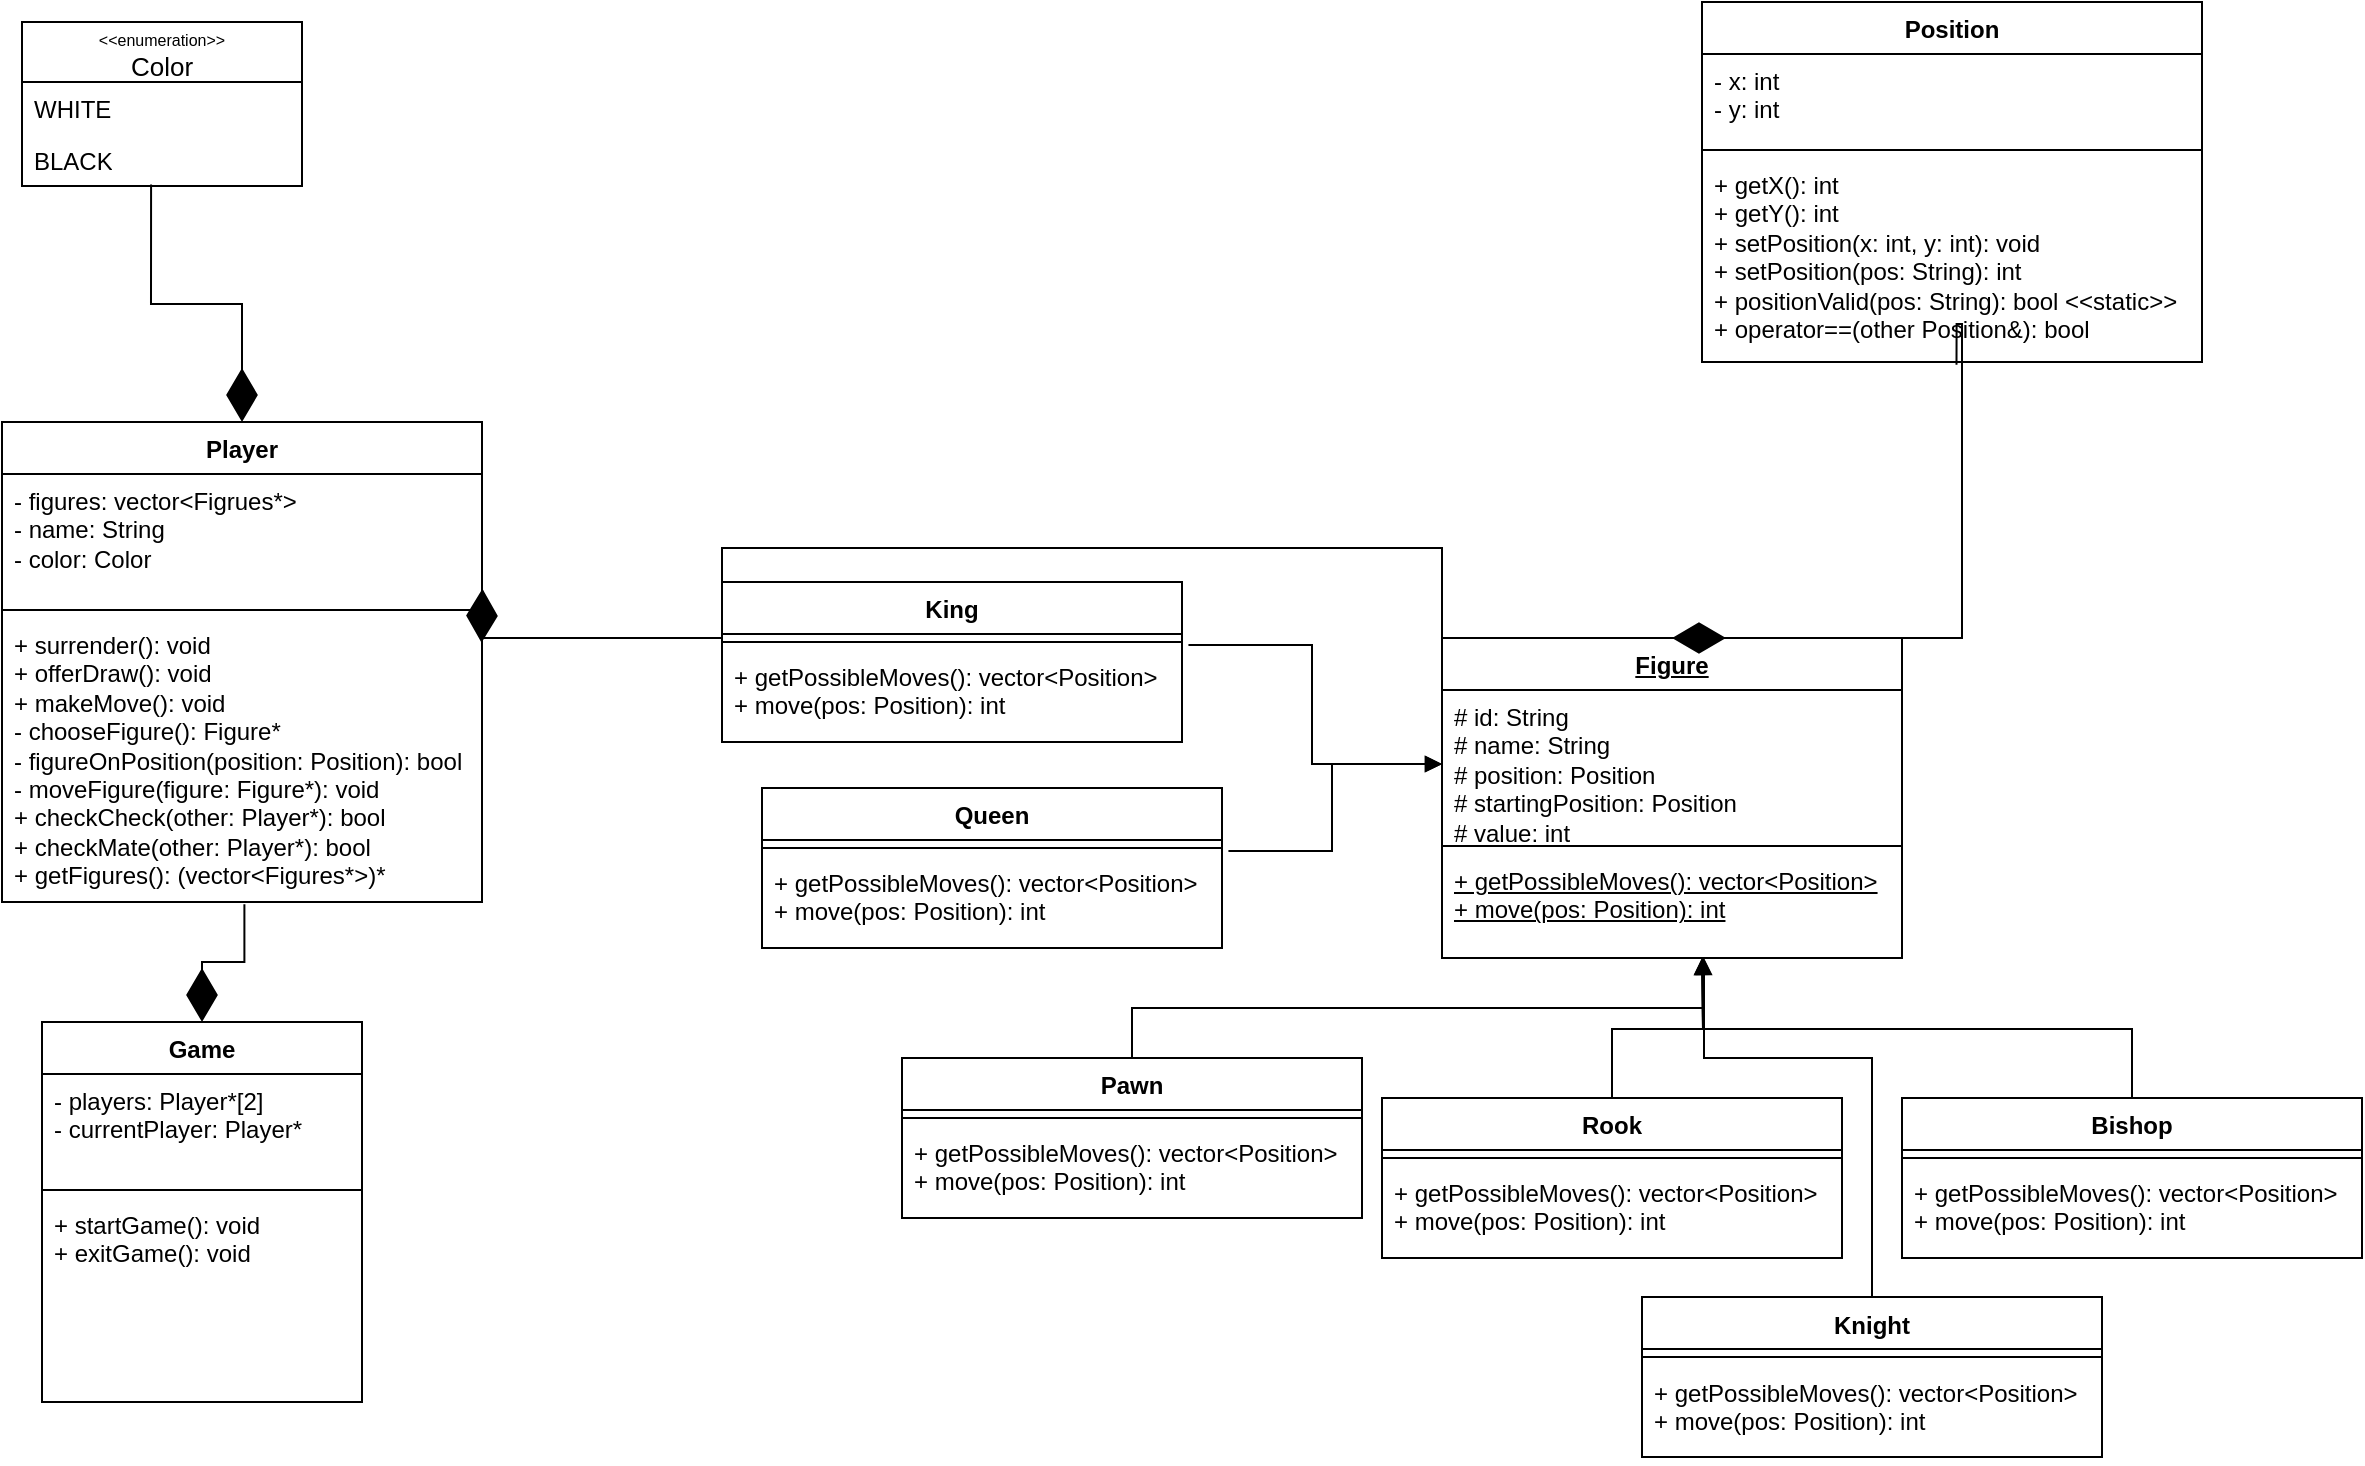
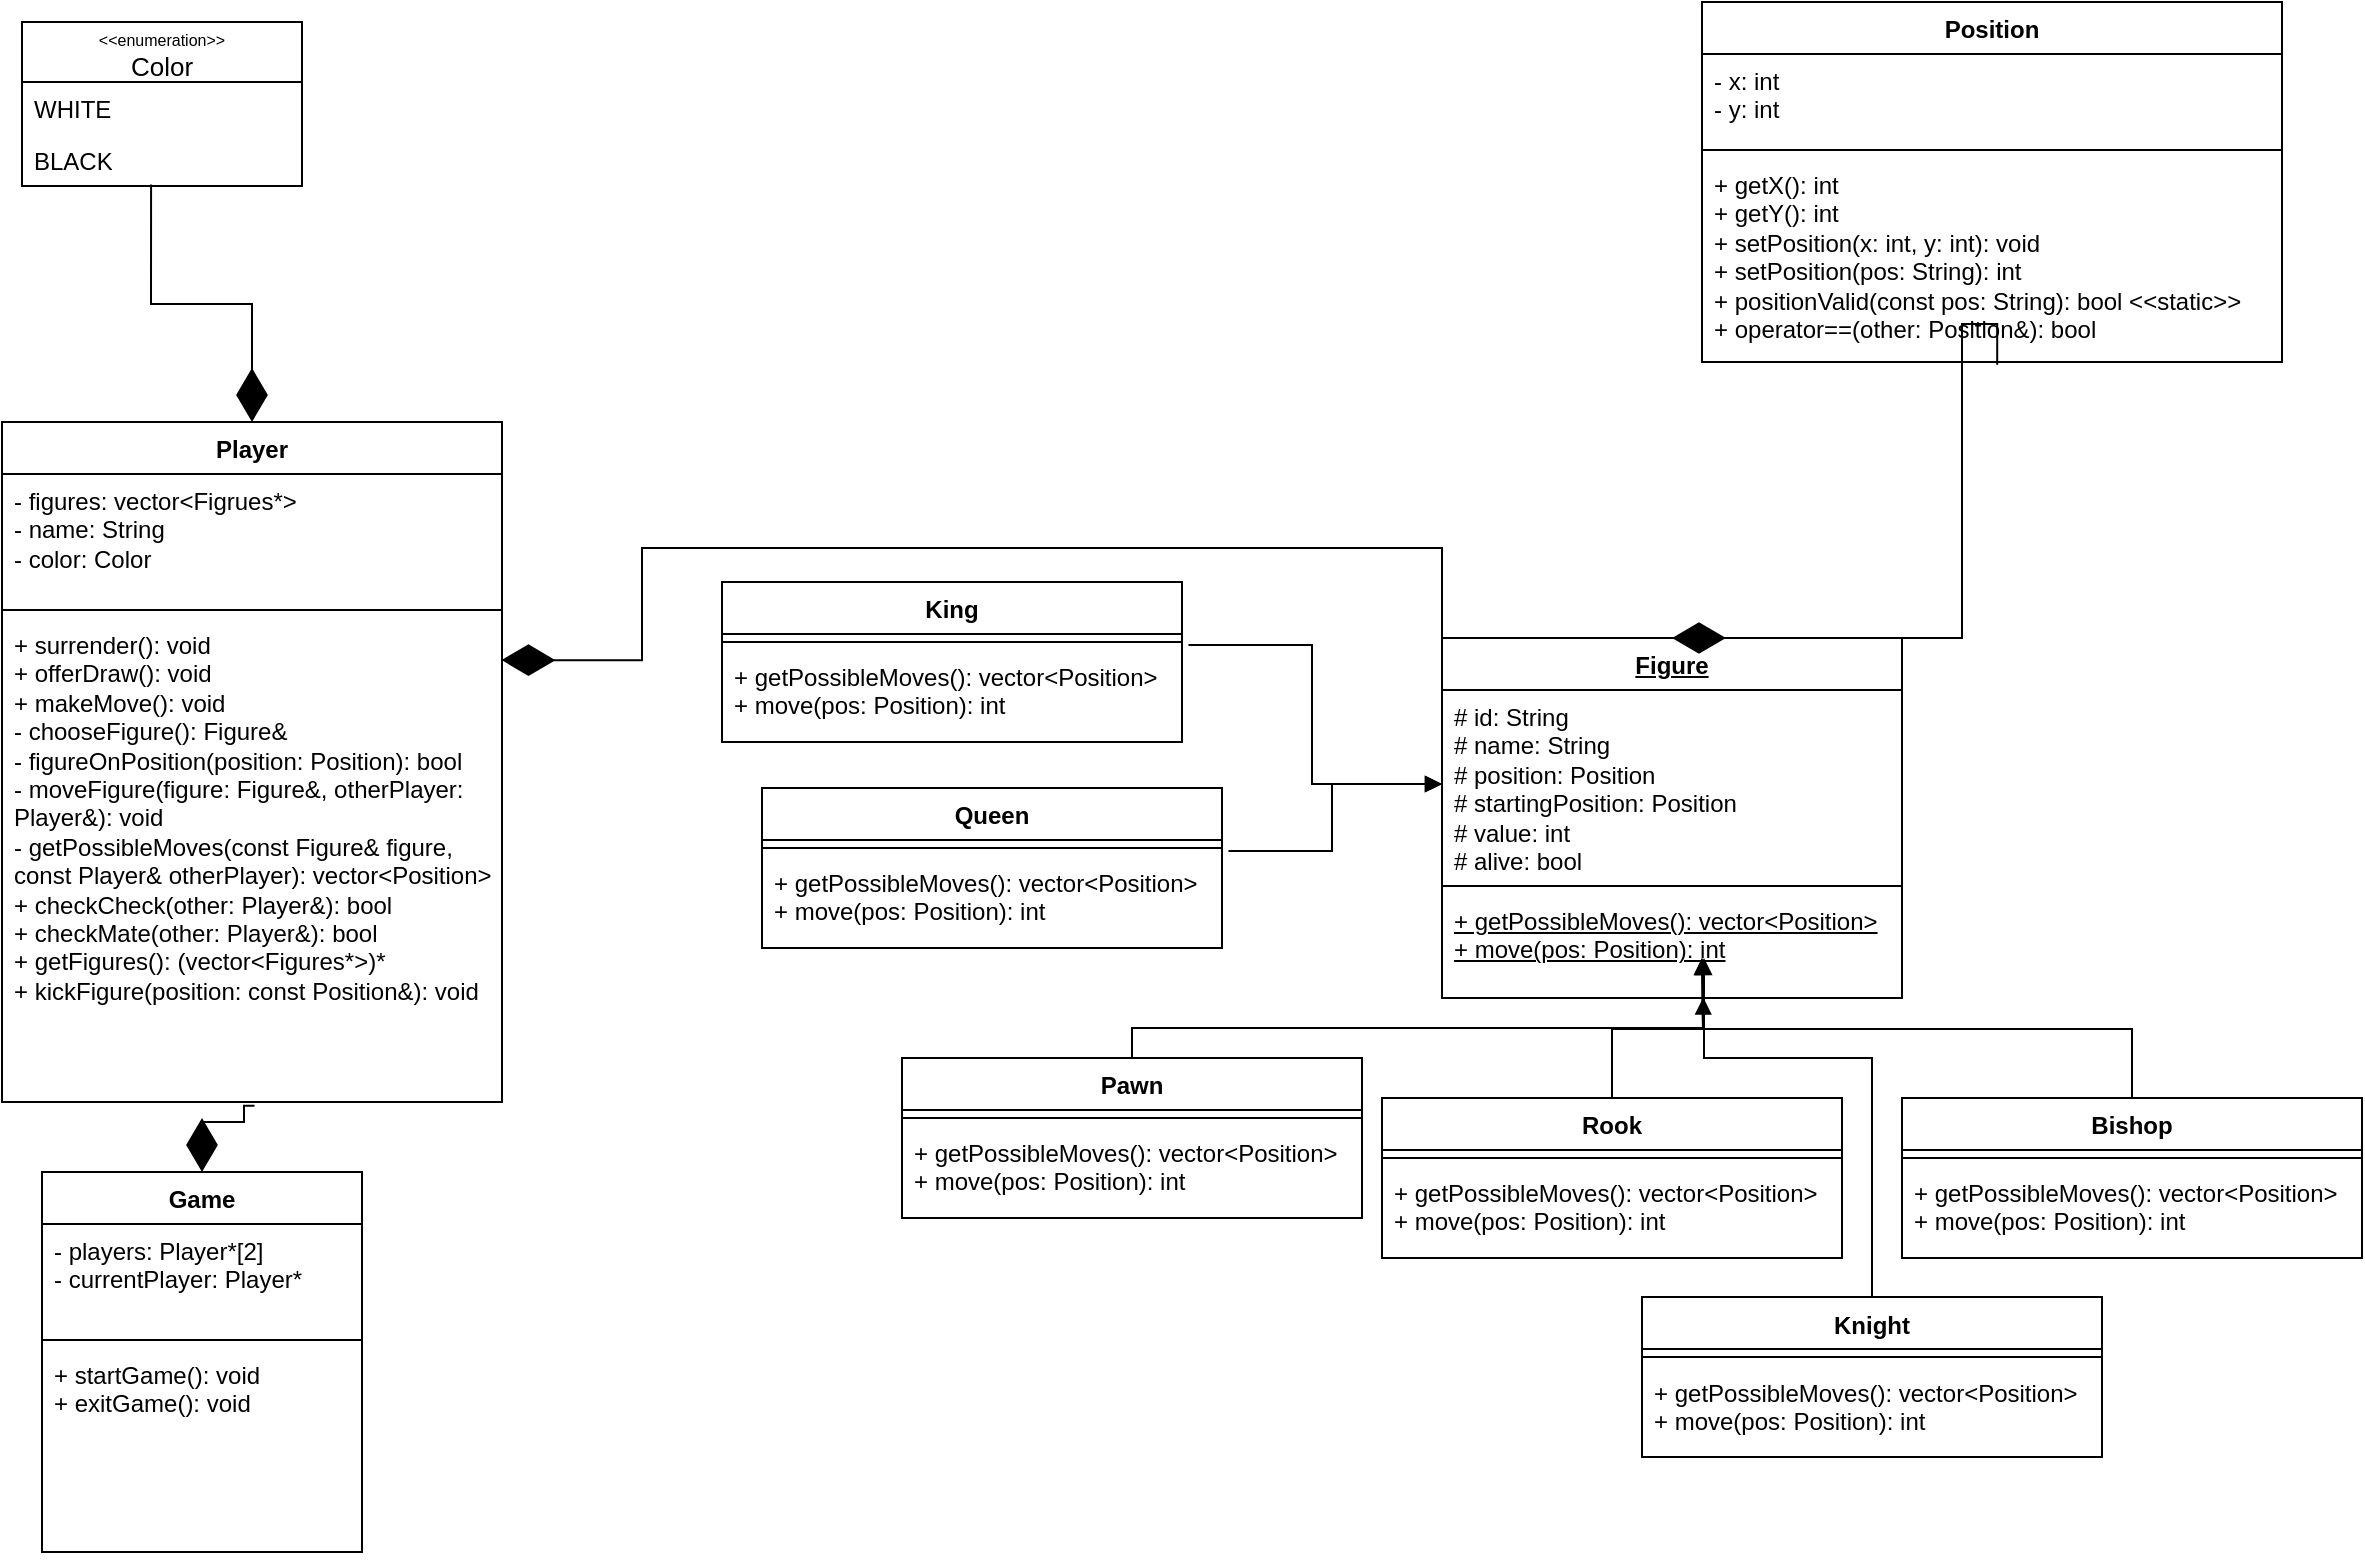
<mxfile host="65bd71144e">
    <diagram name="Seite-1" id="nCow4XG2NqhJep9-Rvd6">
-         <mxGraphModel dx="1329" dy="516" grid="1" gridSize="10" guides="1" tooltips="1" connect="1" arrows="1" fold="1" page="1" pageScale="1" pageWidth="827" pageHeight="1169" math="0" shadow="0">
+         <mxGraphModel dx="2106" dy="879" grid="1" gridSize="10" guides="1" tooltips="1" connect="1" arrows="1" fold="1" page="1" pageScale="1" pageWidth="827" pageHeight="1169" math="0" shadow="0">
            <root>
                <mxCell id="0"/>
                <mxCell id="1" parent="0"/>
                <mxCell id="5yh52Qz2J6MoKP-sfoyT-1" value="&lt;u&gt;Figure&lt;/u&gt;" style="swimlane;fontStyle=1;align=center;verticalAlign=top;childLayout=stackLayout;horizontal=1;startSize=26;horizontalStack=0;resizeParent=1;resizeParentMax=0;resizeLast=0;collapsible=1;marginBottom=0;whiteSpace=wrap;html=1;" parent="1" vertex="1">
-                     <mxGeometry x="320" y="318" width="230" height="160" as="geometry">
+                     <mxGeometry x="320" y="318" width="230" height="180" as="geometry">
                        <mxRectangle x="320" y="210" width="70" height="30" as="alternateBounds"/>
                    </mxGeometry>
                </mxCell>
-                 <mxCell id="5yh52Qz2J6MoKP-sfoyT-2" value="# id: String&lt;div&gt;# name: String&lt;/div&gt;&lt;div&gt;# position: Position&lt;/div&gt;&lt;div&gt;# startingPosition: Position&lt;/div&gt;&lt;div&gt;# value: int&lt;/div&gt;" style="text;strokeColor=none;fillColor=none;align=left;verticalAlign=top;spacingLeft=4;spacingRight=4;overflow=hidden;rotatable=0;points=[[0,0.5],[1,0.5]];portConstraint=eastwest;whiteSpace=wrap;html=1;" parent="5yh52Qz2J6MoKP-sfoyT-1" vertex="1">
-                     <mxGeometry y="26" width="230" height="74" as="geometry"/>
+                 <mxCell id="5yh52Qz2J6MoKP-sfoyT-2" value="# id: String&lt;div&gt;# name: String&lt;/div&gt;&lt;div&gt;# position: Position&lt;/div&gt;&lt;div&gt;# startingPosition: Position&lt;/div&gt;&lt;div&gt;# value: int&lt;/div&gt;&lt;div&gt;# alive: bool&lt;/div&gt;" style="text;strokeColor=none;fillColor=none;align=left;verticalAlign=top;spacingLeft=4;spacingRight=4;overflow=hidden;rotatable=0;points=[[0,0.5],[1,0.5]];portConstraint=eastwest;whiteSpace=wrap;html=1;" parent="5yh52Qz2J6MoKP-sfoyT-1" vertex="1">
+                     <mxGeometry y="26" width="230" height="94" as="geometry"/>
                </mxCell>
                <mxCell id="5yh52Qz2J6MoKP-sfoyT-3" value="" style="line;strokeWidth=1;fillColor=none;align=left;verticalAlign=middle;spacingTop=-1;spacingLeft=3;spacingRight=3;rotatable=0;labelPosition=right;points=[];portConstraint=eastwest;strokeColor=inherit;" parent="5yh52Qz2J6MoKP-sfoyT-1" vertex="1">
-                     <mxGeometry y="100" width="230" height="8" as="geometry"/>
+                     <mxGeometry y="120" width="230" height="8" as="geometry"/>
                </mxCell>
                <mxCell id="5yh52Qz2J6MoKP-sfoyT-4" value="&lt;u&gt;+ getPossibleMoves(): vector&amp;lt;Position&amp;gt;&lt;/u&gt;&lt;div&gt;&lt;div&gt;&lt;u&gt;+ move(pos: Position): int&lt;/u&gt;&lt;/div&gt;&lt;/div&gt;" style="text;strokeColor=none;fillColor=none;align=left;verticalAlign=top;spacingLeft=4;spacingRight=4;overflow=hidden;rotatable=0;points=[[0,0.5],[1,0.5]];portConstraint=eastwest;whiteSpace=wrap;html=1;" parent="5yh52Qz2J6MoKP-sfoyT-1" vertex="1">
-                     <mxGeometry y="108" width="230" height="52" as="geometry"/>
+                     <mxGeometry y="128" width="230" height="52" as="geometry"/>
                </mxCell>
                <mxCell id="5yh52Qz2J6MoKP-sfoyT-7" value="Position" style="swimlane;fontStyle=1;align=center;verticalAlign=top;childLayout=stackLayout;horizontal=1;startSize=26;horizontalStack=0;resizeParent=1;resizeParentMax=0;resizeLast=0;collapsible=1;marginBottom=0;whiteSpace=wrap;html=1;" parent="1" vertex="1">
-                     <mxGeometry x="450" width="250" height="180" as="geometry"/>
+                     <mxGeometry x="450" width="290" height="180" as="geometry"/>
                </mxCell>
                <mxCell id="5yh52Qz2J6MoKP-sfoyT-8" value="- x: int&lt;div&gt;- y: int&lt;/div&gt;" style="text;strokeColor=none;fillColor=none;align=left;verticalAlign=top;spacingLeft=4;spacingRight=4;overflow=hidden;rotatable=0;points=[[0,0.5],[1,0.5]];portConstraint=eastwest;whiteSpace=wrap;html=1;" parent="5yh52Qz2J6MoKP-sfoyT-7" vertex="1">
-                     <mxGeometry y="26" width="250" height="44" as="geometry"/>
+                     <mxGeometry y="26" width="290" height="44" as="geometry"/>
                </mxCell>
                <mxCell id="5yh52Qz2J6MoKP-sfoyT-9" value="" style="line;strokeWidth=1;fillColor=none;align=left;verticalAlign=middle;spacingTop=-1;spacingLeft=3;spacingRight=3;rotatable=0;labelPosition=right;points=[];portConstraint=eastwest;strokeColor=inherit;" parent="5yh52Qz2J6MoKP-sfoyT-7" vertex="1">
-                     <mxGeometry y="70" width="250" height="8" as="geometry"/>
-                 </mxCell>
-                 <mxCell id="5yh52Qz2J6MoKP-sfoyT-10" value="+ getX(): int&lt;div&gt;+ getY(): int&lt;/div&gt;&lt;div&gt;+ setPosition(x: int, y: int): void&lt;/div&gt;&lt;div&gt;+ setPosition(pos: String): int&lt;/div&gt;&lt;div&gt;+ positionValid(pos: String): bool &amp;lt;&amp;lt;static&amp;gt;&amp;gt;&lt;/div&gt;&lt;div&gt;+ operator==(other Position&amp;amp;): bool&lt;/div&gt;" style="text;strokeColor=none;fillColor=none;align=left;verticalAlign=top;spacingLeft=4;spacingRight=4;overflow=hidden;rotatable=0;points=[[0,0.5],[1,0.5]];portConstraint=eastwest;whiteSpace=wrap;html=1;" parent="5yh52Qz2J6MoKP-sfoyT-7" vertex="1">
-                     <mxGeometry y="78" width="250" height="102" as="geometry"/>
+                     <mxGeometry y="70" width="290" height="8" as="geometry"/>
+                 </mxCell>
+                 <mxCell id="5yh52Qz2J6MoKP-sfoyT-10" value="+ getX(): int&lt;div&gt;+ getY(): int&lt;/div&gt;&lt;div&gt;+ setPosition(x: int, y: int): void&lt;/div&gt;&lt;div&gt;+ setPosition(pos: String): int&lt;/div&gt;&lt;div&gt;+ positionValid(const pos: String): bool &amp;lt;&amp;lt;static&amp;gt;&amp;gt;&lt;/div&gt;&lt;div&gt;+ operator==(other: Position&amp;amp;): bool&lt;/div&gt;" style="text;strokeColor=none;fillColor=none;align=left;verticalAlign=top;spacingLeft=4;spacingRight=4;overflow=hidden;rotatable=0;points=[[0,0.5],[1,0.5]];portConstraint=eastwest;whiteSpace=wrap;html=1;" parent="5yh52Qz2J6MoKP-sfoyT-7" vertex="1">
+                     <mxGeometry y="78" width="290" height="102" as="geometry"/>
                </mxCell>
                <mxCell id="5yh52Qz2J6MoKP-sfoyT-13" value="" style="endArrow=diamondThin;endFill=1;endSize=24;html=1;rounded=0;entryX=0.5;entryY=0;entryDx=0;entryDy=0;exitX=0.509;exitY=1.014;exitDx=0;exitDy=0;exitPerimeter=0;edgeStyle=orthogonalEdgeStyle;" parent="1" source="5yh52Qz2J6MoKP-sfoyT-10" target="5yh52Qz2J6MoKP-sfoyT-1" edge="1">
                    <mxGeometry width="160" relative="1" as="geometry">
                        <mxPoint x="450" y="130" as="sourcePoint"/>
                        <mxPoint x="560" y="200" as="targetPoint"/>
                        <Array as="points">
                            <mxPoint x="580" y="161"/>
                            <mxPoint x="580" y="318"/>
                        </Array>
                    </mxGeometry>
                </mxCell>
                <mxCell id="5yh52Qz2J6MoKP-sfoyT-14" value="Pawn" style="swimlane;fontStyle=1;align=center;verticalAlign=top;childLayout=stackLayout;horizontal=1;startSize=26;horizontalStack=0;resizeParent=1;resizeParentMax=0;resizeLast=0;collapsible=1;marginBottom=0;whiteSpace=wrap;html=1;" parent="1" vertex="1">
                    <mxGeometry x="50" y="528" width="230" height="80" as="geometry"/>
                </mxCell>
                <mxCell id="5yh52Qz2J6MoKP-sfoyT-16" value="" style="line;strokeWidth=1;fillColor=none;align=left;verticalAlign=middle;spacingTop=-1;spacingLeft=3;spacingRight=3;rotatable=0;labelPosition=right;points=[];portConstraint=eastwest;strokeColor=inherit;" parent="5yh52Qz2J6MoKP-sfoyT-14" vertex="1">
                    <mxGeometry y="26" width="230" height="8" as="geometry"/>
                </mxCell>
                <mxCell id="5yh52Qz2J6MoKP-sfoyT-17" value="+ getPossibleMoves(): vector&amp;lt;Position&amp;gt;&lt;div&gt;+ move(pos: Position): int&lt;/div&gt;" style="text;strokeColor=none;fillColor=none;align=left;verticalAlign=top;spacingLeft=4;spacingRight=4;overflow=hidden;rotatable=0;points=[[0,0.5],[1,0.5]];portConstraint=eastwest;whiteSpace=wrap;html=1;" parent="5yh52Qz2J6MoKP-sfoyT-14" vertex="1">
                    <mxGeometry y="34" width="230" height="46" as="geometry"/>
                </mxCell>
                <mxCell id="5yh52Qz2J6MoKP-sfoyT-18" value="" style="endArrow=block;endFill=1;html=1;edgeStyle=orthogonalEdgeStyle;align=left;verticalAlign=top;rounded=0;exitX=0.5;exitY=0;exitDx=0;exitDy=0;entryX=0.568;entryY=0.995;entryDx=0;entryDy=0;entryPerimeter=0;" parent="1" source="5yh52Qz2J6MoKP-sfoyT-14" target="5yh52Qz2J6MoKP-sfoyT-4" edge="1">
                    <mxGeometry x="-1" relative="1" as="geometry">
                        <mxPoint as="offset"/>
                        <mxPoint x="190" y="538" as="sourcePoint"/>
                        <mxPoint x="350" y="538" as="targetPoint"/>
                    </mxGeometry>
                </mxCell>
                <mxCell id="5yh52Qz2J6MoKP-sfoyT-20" value="Rook" style="swimlane;fontStyle=1;align=center;verticalAlign=top;childLayout=stackLayout;horizontal=1;startSize=26;horizontalStack=0;resizeParent=1;resizeParentMax=0;resizeLast=0;collapsible=1;marginBottom=0;whiteSpace=wrap;html=1;" parent="1" vertex="1">
                    <mxGeometry x="290" y="548" width="230" height="80" as="geometry"/>
                </mxCell>
                <mxCell id="5yh52Qz2J6MoKP-sfoyT-21" value="" style="line;strokeWidth=1;fillColor=none;align=left;verticalAlign=middle;spacingTop=-1;spacingLeft=3;spacingRight=3;rotatable=0;labelPosition=right;points=[];portConstraint=eastwest;strokeColor=inherit;" parent="5yh52Qz2J6MoKP-sfoyT-20" vertex="1">
                    <mxGeometry y="26" width="230" height="8" as="geometry"/>
                </mxCell>
                <mxCell id="5yh52Qz2J6MoKP-sfoyT-22" value="+ getPossibleMoves(): vector&amp;lt;Position&amp;gt;&lt;div&gt;+ move(pos: Position): int&lt;/div&gt;" style="text;strokeColor=none;fillColor=none;align=left;verticalAlign=top;spacingLeft=4;spacingRight=4;overflow=hidden;rotatable=0;points=[[0,0.5],[1,0.5]];portConstraint=eastwest;whiteSpace=wrap;html=1;" parent="5yh52Qz2J6MoKP-sfoyT-20" vertex="1">
                    <mxGeometry y="34" width="230" height="46" as="geometry"/>
                </mxCell>
                <mxCell id="5yh52Qz2J6MoKP-sfoyT-23" value="" style="endArrow=block;endFill=1;html=1;edgeStyle=orthogonalEdgeStyle;align=left;verticalAlign=top;rounded=0;exitX=0.5;exitY=0;exitDx=0;exitDy=0;" parent="1" source="5yh52Qz2J6MoKP-sfoyT-20" edge="1">
                    <mxGeometry x="-1" relative="1" as="geometry">
                        <mxPoint as="offset"/>
                        <mxPoint x="420" y="623" as="sourcePoint"/>
                        <mxPoint x="450" y="478" as="targetPoint"/>
                    </mxGeometry>
                </mxCell>
                <mxCell id="5yh52Qz2J6MoKP-sfoyT-24" value="Bishop" style="swimlane;fontStyle=1;align=center;verticalAlign=top;childLayout=stackLayout;horizontal=1;startSize=26;horizontalStack=0;resizeParent=1;resizeParentMax=0;resizeLast=0;collapsible=1;marginBottom=0;whiteSpace=wrap;html=1;" parent="1" vertex="1">
                    <mxGeometry x="550" y="548" width="230" height="80" as="geometry"/>
                </mxCell>
                <mxCell id="5yh52Qz2J6MoKP-sfoyT-25" value="" style="line;strokeWidth=1;fillColor=none;align=left;verticalAlign=middle;spacingTop=-1;spacingLeft=3;spacingRight=3;rotatable=0;labelPosition=right;points=[];portConstraint=eastwest;strokeColor=inherit;" parent="5yh52Qz2J6MoKP-sfoyT-24" vertex="1">
                    <mxGeometry y="26" width="230" height="8" as="geometry"/>
                </mxCell>
                <mxCell id="5yh52Qz2J6MoKP-sfoyT-26" value="+ getPossibleMoves(): vector&amp;lt;Position&amp;gt;&lt;div&gt;+ move(pos: Position): int&lt;/div&gt;" style="text;strokeColor=none;fillColor=none;align=left;verticalAlign=top;spacingLeft=4;spacingRight=4;overflow=hidden;rotatable=0;points=[[0,0.5],[1,0.5]];portConstraint=eastwest;whiteSpace=wrap;html=1;" parent="5yh52Qz2J6MoKP-sfoyT-24" vertex="1">
                    <mxGeometry y="34" width="230" height="46" as="geometry"/>
                </mxCell>
                <mxCell id="5yh52Qz2J6MoKP-sfoyT-27" value="" style="endArrow=block;endFill=1;html=1;edgeStyle=orthogonalEdgeStyle;align=left;verticalAlign=top;rounded=0;exitX=0.5;exitY=0;exitDx=0;exitDy=0;" parent="1" source="5yh52Qz2J6MoKP-sfoyT-24" edge="1">
                    <mxGeometry x="-1" relative="1" as="geometry">
                        <mxPoint as="offset"/>
                        <mxPoint x="570" y="723" as="sourcePoint"/>
                        <mxPoint x="450" y="478" as="targetPoint"/>
                    </mxGeometry>
                </mxCell>
                <mxCell id="5yh52Qz2J6MoKP-sfoyT-28" value="Knight" style="swimlane;fontStyle=1;align=center;verticalAlign=top;childLayout=stackLayout;horizontal=1;startSize=26;horizontalStack=0;resizeParent=1;resizeParentMax=0;resizeLast=0;collapsible=1;marginBottom=0;whiteSpace=wrap;html=1;" parent="1" vertex="1">
                    <mxGeometry x="420" y="647.5500000000001" width="230" height="80" as="geometry"/>
                </mxCell>
                <mxCell id="5yh52Qz2J6MoKP-sfoyT-29" value="" style="line;strokeWidth=1;fillColor=none;align=left;verticalAlign=middle;spacingTop=-1;spacingLeft=3;spacingRight=3;rotatable=0;labelPosition=right;points=[];portConstraint=eastwest;strokeColor=inherit;" parent="5yh52Qz2J6MoKP-sfoyT-28" vertex="1">
                    <mxGeometry y="26" width="230" height="8" as="geometry"/>
                </mxCell>
                <mxCell id="5yh52Qz2J6MoKP-sfoyT-30" value="+ getPossibleMoves(): vector&amp;lt;Position&amp;gt;&lt;div&gt;+ move(pos: Position): int&lt;/div&gt;" style="text;strokeColor=none;fillColor=none;align=left;verticalAlign=top;spacingLeft=4;spacingRight=4;overflow=hidden;rotatable=0;points=[[0,0.5],[1,0.5]];portConstraint=eastwest;whiteSpace=wrap;html=1;" parent="5yh52Qz2J6MoKP-sfoyT-28" vertex="1">
                    <mxGeometry y="34" width="230" height="46" as="geometry"/>
                </mxCell>
                <mxCell id="5yh52Qz2J6MoKP-sfoyT-32" value="" style="endArrow=block;endFill=1;html=1;edgeStyle=orthogonalEdgeStyle;align=left;verticalAlign=top;rounded=0;exitX=0.5;exitY=0;exitDx=0;exitDy=0;" parent="1" source="5yh52Qz2J6MoKP-sfoyT-28" edge="1">
                    <mxGeometry x="-1" relative="1" as="geometry">
                        <Array as="points">
                            <mxPoint x="535" y="528"/>
                            <mxPoint x="451" y="528"/>
                        </Array>
                        <mxPoint x="420" y="628" as="sourcePoint"/>
                        <mxPoint x="451" y="478" as="targetPoint"/>
                    </mxGeometry>
                </mxCell>
                <mxCell id="5yh52Qz2J6MoKP-sfoyT-34" value="Queen" style="swimlane;fontStyle=1;align=center;verticalAlign=top;childLayout=stackLayout;horizontal=1;startSize=26;horizontalStack=0;resizeParent=1;resizeParentMax=0;resizeLast=0;collapsible=1;marginBottom=0;whiteSpace=wrap;html=1;" parent="1" vertex="1">
                    <mxGeometry x="-20" y="393" width="230" height="80" as="geometry"/>
                </mxCell>
                <mxCell id="5yh52Qz2J6MoKP-sfoyT-35" value="" style="line;strokeWidth=1;fillColor=none;align=left;verticalAlign=middle;spacingTop=-1;spacingLeft=3;spacingRight=3;rotatable=0;labelPosition=right;points=[];portConstraint=eastwest;strokeColor=inherit;" parent="5yh52Qz2J6MoKP-sfoyT-34" vertex="1">
                    <mxGeometry y="26" width="230" height="8" as="geometry"/>
                </mxCell>
                <mxCell id="5yh52Qz2J6MoKP-sfoyT-36" value="+ getPossibleMoves(): vector&amp;lt;Position&amp;gt;&lt;div&gt;+ move(pos: Position): int&lt;/div&gt;" style="text;strokeColor=none;fillColor=none;align=left;verticalAlign=top;spacingLeft=4;spacingRight=4;overflow=hidden;rotatable=0;points=[[0,0.5],[1,0.5]];portConstraint=eastwest;whiteSpace=wrap;html=1;" parent="5yh52Qz2J6MoKP-sfoyT-34" vertex="1">
                    <mxGeometry y="34" width="230" height="46" as="geometry"/>
                </mxCell>
                <mxCell id="5yh52Qz2J6MoKP-sfoyT-37" value="" style="endArrow=block;endFill=1;html=1;edgeStyle=orthogonalEdgeStyle;align=left;verticalAlign=top;rounded=0;exitX=1.014;exitY=-0.054;exitDx=0;exitDy=0;entryX=0;entryY=0.5;entryDx=0;entryDy=0;exitPerimeter=0;" parent="1" source="5yh52Qz2J6MoKP-sfoyT-36" target="5yh52Qz2J6MoKP-sfoyT-2" edge="1">
                    <mxGeometry x="-1" relative="1" as="geometry">
                        <mxPoint as="offset"/>
                        <mxPoint y="568" as="sourcePoint"/>
                        <mxPoint x="-120" y="313" as="targetPoint"/>
                    </mxGeometry>
                </mxCell>
                <mxCell id="5yh52Qz2J6MoKP-sfoyT-38" value="King" style="swimlane;fontStyle=1;align=center;verticalAlign=top;childLayout=stackLayout;horizontal=1;startSize=26;horizontalStack=0;resizeParent=1;resizeParentMax=0;resizeLast=0;collapsible=1;marginBottom=0;whiteSpace=wrap;html=1;" parent="1" vertex="1">
                    <mxGeometry x="-40" y="290" width="230" height="80" as="geometry"/>
                </mxCell>
                <mxCell id="5yh52Qz2J6MoKP-sfoyT-39" value="" style="line;strokeWidth=1;fillColor=none;align=left;verticalAlign=middle;spacingTop=-1;spacingLeft=3;spacingRight=3;rotatable=0;labelPosition=right;points=[];portConstraint=eastwest;strokeColor=inherit;" parent="5yh52Qz2J6MoKP-sfoyT-38" vertex="1">
                    <mxGeometry y="26" width="230" height="8" as="geometry"/>
                </mxCell>
                <mxCell id="5yh52Qz2J6MoKP-sfoyT-40" value="+ getPossibleMoves(): vector&amp;lt;Position&amp;gt;&lt;div&gt;+ move(pos: Position): int&lt;/div&gt;" style="text;strokeColor=none;fillColor=none;align=left;verticalAlign=top;spacingLeft=4;spacingRight=4;overflow=hidden;rotatable=0;points=[[0,0.5],[1,0.5]];portConstraint=eastwest;whiteSpace=wrap;html=1;" parent="5yh52Qz2J6MoKP-sfoyT-38" vertex="1">
                    <mxGeometry y="34" width="230" height="46" as="geometry"/>
                </mxCell>
                <mxCell id="5yh52Qz2J6MoKP-sfoyT-41" value="" style="endArrow=block;endFill=1;html=1;edgeStyle=orthogonalEdgeStyle;align=left;verticalAlign=top;rounded=0;exitX=1.014;exitY=-0.054;exitDx=0;exitDy=0;entryX=0;entryY=0.5;entryDx=0;entryDy=0;exitPerimeter=0;" parent="1" source="5yh52Qz2J6MoKP-sfoyT-40" target="5yh52Qz2J6MoKP-sfoyT-2" edge="1">
                    <mxGeometry x="-1" relative="1" as="geometry">
                        <mxPoint as="offset"/>
                        <mxPoint x="-20" y="357" as="sourcePoint"/>
                        <mxPoint x="300" y="170" as="targetPoint"/>
                    </mxGeometry>
                </mxCell>
                <mxCell id="5yh52Qz2J6MoKP-sfoyT-42" value="Player" style="swimlane;fontStyle=1;align=center;verticalAlign=top;childLayout=stackLayout;horizontal=1;startSize=26;horizontalStack=0;resizeParent=1;resizeParentMax=0;resizeLast=0;collapsible=1;marginBottom=0;whiteSpace=wrap;html=1;" parent="1" vertex="1">
-                     <mxGeometry x="-400" y="210" width="240" height="240" as="geometry"/>
+                     <mxGeometry x="-400" y="210" width="250" height="340" as="geometry"/>
                </mxCell>
                <mxCell id="5yh52Qz2J6MoKP-sfoyT-43" value="- figures: vector&amp;lt;Figrues*&amp;gt;&lt;div&gt;- name: String&lt;/div&gt;&lt;div&gt;- color: Color&lt;/div&gt;" style="text;strokeColor=none;fillColor=none;align=left;verticalAlign=top;spacingLeft=4;spacingRight=4;overflow=hidden;rotatable=0;points=[[0,0.5],[1,0.5]];portConstraint=eastwest;whiteSpace=wrap;html=1;" parent="5yh52Qz2J6MoKP-sfoyT-42" vertex="1">
-                     <mxGeometry y="26" width="240" height="64" as="geometry"/>
+                     <mxGeometry y="26" width="250" height="64" as="geometry"/>
                </mxCell>
                <mxCell id="5yh52Qz2J6MoKP-sfoyT-44" value="" style="line;strokeWidth=1;fillColor=none;align=left;verticalAlign=middle;spacingTop=-1;spacingLeft=3;spacingRight=3;rotatable=0;labelPosition=right;points=[];portConstraint=eastwest;strokeColor=inherit;" parent="5yh52Qz2J6MoKP-sfoyT-42" vertex="1">
-                     <mxGeometry y="90" width="240" height="8" as="geometry"/>
-                 </mxCell>
-                 <mxCell id="5yh52Qz2J6MoKP-sfoyT-45" value="+ surrender(): void&lt;div&gt;+ offerDraw(): void&lt;/div&gt;&lt;div&gt;+ makeMove(): void&lt;/div&gt;&lt;div&gt;- chooseFigure(): Figure*&lt;/div&gt;&lt;div&gt;- figureOnPosition(position: Position): bool&lt;/div&gt;&lt;div&gt;- moveFigure(figure: Figure*): void&lt;br&gt;&lt;/div&gt;&lt;div&gt;+ checkCheck(other: Player*): bool&lt;/div&gt;&lt;div&gt;+ checkMate(other: Player*): bool&lt;/div&gt;&lt;div&gt;+ getFigures(): (vector&amp;lt;Figures*&amp;gt;)*&lt;/div&gt;" style="text;strokeColor=none;fillColor=none;align=left;verticalAlign=top;spacingLeft=4;spacingRight=4;overflow=hidden;rotatable=0;points=[[0,0.5],[1,0.5]];portConstraint=eastwest;whiteSpace=wrap;html=1;" parent="5yh52Qz2J6MoKP-sfoyT-42" vertex="1">
-                     <mxGeometry y="98" width="240" height="142" as="geometry"/>
+                     <mxGeometry y="90" width="250" height="8" as="geometry"/>
+                 </mxCell>
+                 <mxCell id="5yh52Qz2J6MoKP-sfoyT-45" value="+ surrender(): void&lt;div&gt;+ offerDraw(): void&lt;/div&gt;&lt;div&gt;+ makeMove(): void&lt;/div&gt;&lt;div&gt;- chooseFigure(): Figure&amp;amp;&lt;/div&gt;&lt;div&gt;- figureOnPosition(position: Position): bool&lt;/div&gt;&lt;div&gt;- moveFigure(figure: Figure&amp;amp;, otherPlayer: Player&amp;amp;): void&lt;br&gt;&lt;/div&gt;&lt;div&gt;- getPossibleMoves(const Figure&amp;amp; figure, const Player&amp;amp; otherPlayer): vector&amp;lt;Position&amp;gt;&lt;/div&gt;&lt;div&gt;+ checkCheck(other: Player&amp;amp;): bool&lt;/div&gt;&lt;div&gt;+ checkMate(other: Player&amp;amp;): bool&lt;/div&gt;&lt;div&gt;+ getFigures(): (vector&amp;lt;Figures*&amp;gt;)*&lt;/div&gt;&lt;div&gt;+ kickFigure(position: const Position&amp;amp;): void&lt;/div&gt;" style="text;strokeColor=none;fillColor=none;align=left;verticalAlign=top;spacingLeft=4;spacingRight=4;overflow=hidden;rotatable=0;points=[[0,0.5],[1,0.5]];portConstraint=eastwest;whiteSpace=wrap;html=1;" parent="5yh52Qz2J6MoKP-sfoyT-42" vertex="1">
+                     <mxGeometry y="98" width="250" height="242" as="geometry"/>
                </mxCell>
                <mxCell id="5yh52Qz2J6MoKP-sfoyT-46" value="&lt;font style=&quot;font-size: 8px;&quot;&gt;&amp;lt;&amp;lt;enumeration&amp;gt;&amp;gt;&lt;/font&gt;&lt;div&gt;&lt;font style=&quot;font-size: 13px;&quot;&gt;Color&lt;/font&gt;&lt;/div&gt;" style="swimlane;fontStyle=0;childLayout=stackLayout;horizontal=1;startSize=30;fillColor=none;horizontalStack=0;resizeParent=1;resizeParentMax=0;resizeLast=0;collapsible=1;marginBottom=0;whiteSpace=wrap;html=1;" parent="1" vertex="1">
                    <mxGeometry x="-390" y="10" width="140" height="82" as="geometry"/>
                </mxCell>
                <mxCell id="5yh52Qz2J6MoKP-sfoyT-47" value="WHITE" style="text;strokeColor=none;fillColor=none;align=left;verticalAlign=top;spacingLeft=4;spacingRight=4;overflow=hidden;rotatable=0;points=[[0,0.5],[1,0.5]];portConstraint=eastwest;whiteSpace=wrap;html=1;" parent="5yh52Qz2J6MoKP-sfoyT-46" vertex="1">
                    <mxGeometry y="30" width="140" height="26" as="geometry"/>
                </mxCell>
                <mxCell id="5yh52Qz2J6MoKP-sfoyT-48" value="BLACK" style="text;strokeColor=none;fillColor=none;align=left;verticalAlign=top;spacingLeft=4;spacingRight=4;overflow=hidden;rotatable=0;points=[[0,0.5],[1,0.5]];portConstraint=eastwest;whiteSpace=wrap;html=1;" parent="5yh52Qz2J6MoKP-sfoyT-46" vertex="1">
                    <mxGeometry y="56" width="140" height="26" as="geometry"/>
                </mxCell>
                <mxCell id="5yh52Qz2J6MoKP-sfoyT-50" value="" style="endArrow=diamondThin;endFill=1;endSize=24;html=1;rounded=0;entryX=0.5;entryY=0;entryDx=0;entryDy=0;exitX=0.461;exitY=0.973;exitDx=0;exitDy=0;exitPerimeter=0;edgeStyle=orthogonalEdgeStyle;" parent="1" source="5yh52Qz2J6MoKP-sfoyT-48" target="5yh52Qz2J6MoKP-sfoyT-42" edge="1">
                    <mxGeometry width="160" relative="1" as="geometry">
                        <mxPoint x="-340" y="180" as="sourcePoint"/>
                        <mxPoint x="-180" y="180" as="targetPoint"/>
                    </mxGeometry>
                </mxCell>
                <mxCell id="5yh52Qz2J6MoKP-sfoyT-51" value="Game" style="swimlane;fontStyle=1;align=center;verticalAlign=top;childLayout=stackLayout;horizontal=1;startSize=26;horizontalStack=0;resizeParent=1;resizeParentMax=0;resizeLast=0;collapsible=1;marginBottom=0;whiteSpace=wrap;html=1;" parent="1" vertex="1">
-                     <mxGeometry x="-380" y="510" width="160" height="190" as="geometry"/>
+                     <mxGeometry x="-380" y="585" width="160" height="190" as="geometry"/>
                </mxCell>
                <mxCell id="5yh52Qz2J6MoKP-sfoyT-52" value="- players: Player*[2]&lt;div&gt;- currentPlayer: Player*&lt;/div&gt;&lt;div&gt;&lt;br&gt;&lt;/div&gt;" style="text;strokeColor=none;fillColor=none;align=left;verticalAlign=top;spacingLeft=4;spacingRight=4;overflow=hidden;rotatable=0;points=[[0,0.5],[1,0.5]];portConstraint=eastwest;whiteSpace=wrap;html=1;" parent="5yh52Qz2J6MoKP-sfoyT-51" vertex="1">
                    <mxGeometry y="26" width="160" height="54" as="geometry"/>
                </mxCell>
                <mxCell id="5yh52Qz2J6MoKP-sfoyT-53" value="" style="line;strokeWidth=1;fillColor=none;align=left;verticalAlign=middle;spacingTop=-1;spacingLeft=3;spacingRight=3;rotatable=0;labelPosition=right;points=[];portConstraint=eastwest;strokeColor=inherit;" parent="5yh52Qz2J6MoKP-sfoyT-51" vertex="1">
                    <mxGeometry y="80" width="160" height="8" as="geometry"/>
                </mxCell>
                <mxCell id="5yh52Qz2J6MoKP-sfoyT-54" value="+ startGame(): void&lt;div&gt;+ exitGame(): void&lt;/div&gt;&lt;div&gt;&lt;br&gt;&lt;/div&gt;" style="text;strokeColor=none;fillColor=none;align=left;verticalAlign=top;spacingLeft=4;spacingRight=4;overflow=hidden;rotatable=0;points=[[0,0.5],[1,0.5]];portConstraint=eastwest;whiteSpace=wrap;html=1;" parent="5yh52Qz2J6MoKP-sfoyT-51" vertex="1">
                    <mxGeometry y="88" width="160" height="102" as="geometry"/>
                </mxCell>
                <mxCell id="5yh52Qz2J6MoKP-sfoyT-55" value="" style="endArrow=diamondThin;endFill=1;endSize=24;html=1;rounded=0;exitX=0;exitY=0.5;exitDx=0;exitDy=0;edgeStyle=orthogonalEdgeStyle;entryX=0.999;entryY=0.087;entryDx=0;entryDy=0;entryPerimeter=0;" parent="1" source="5yh52Qz2J6MoKP-sfoyT-2" edge="1" target="5yh52Qz2J6MoKP-sfoyT-45">
                    <mxGeometry width="160" relative="1" as="geometry">
                        <Array as="points">
-                             <mxPoint x="-40" y="273"/>
-                             <mxPoint x="-40" y="318"/>
+                             <mxPoint x="320" y="273"/>
+                             <mxPoint x="-80" y="273"/>
+                             <mxPoint x="-80" y="329"/>
                        </Array>
                        <mxPoint x="290" y="310" as="sourcePoint"/>
                        <mxPoint x="-200" y="300" as="targetPoint"/>
                    </mxGeometry>
                </mxCell>
                <mxCell id="5yh52Qz2J6MoKP-sfoyT-56" value="" style="endArrow=diamondThin;endFill=1;endSize=24;html=1;rounded=0;entryX=0.5;entryY=0;entryDx=0;entryDy=0;exitX=0.505;exitY=1.008;exitDx=0;exitDy=0;exitPerimeter=0;edgeStyle=orthogonalEdgeStyle;" parent="1" source="5yh52Qz2J6MoKP-sfoyT-45" target="5yh52Qz2J6MoKP-sfoyT-51" edge="1">
                    <mxGeometry width="160" relative="1" as="geometry">
                        <mxPoint x="-270" y="590" as="sourcePoint"/>
                        <mxPoint x="-110" y="590" as="targetPoint"/>
                        <Array as="points">
-                             <mxPoint x="-279" y="480"/>
-                             <mxPoint x="-300" y="480"/>
+                             <mxPoint x="-279" y="560"/>
+                             <mxPoint x="-300" y="560"/>
                        </Array>
                    </mxGeometry>
                </mxCell>
            </root>
        </mxGraphModel>
    </diagram>
</mxfile>